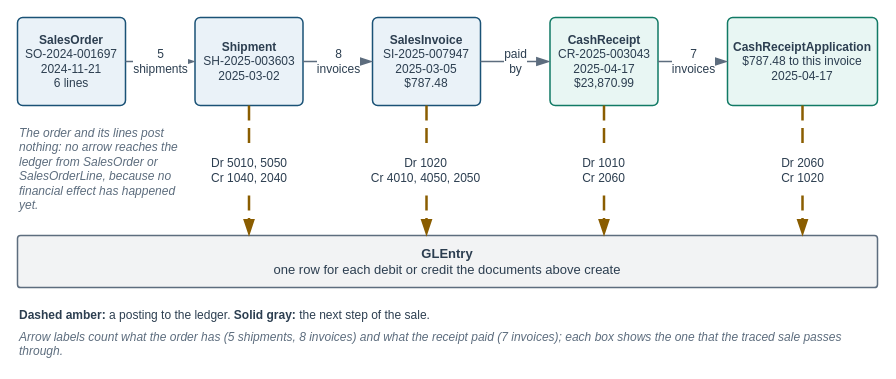
Before: facts/instructor/figures/chapter-01-role-of-analytics/IF-01-2-A.drawio in mmcodesso/Accounting_Analytics_Book, a draw.io diagram. Source tidied: cells renumbered, new cells numbered last; positions are measured from the earlier drawing's top-left corner, leaving out a move shared by most shapes. Both pictures are drawn from the tidied source at 100%, with x=0, y=0 at pixel (17, 17).
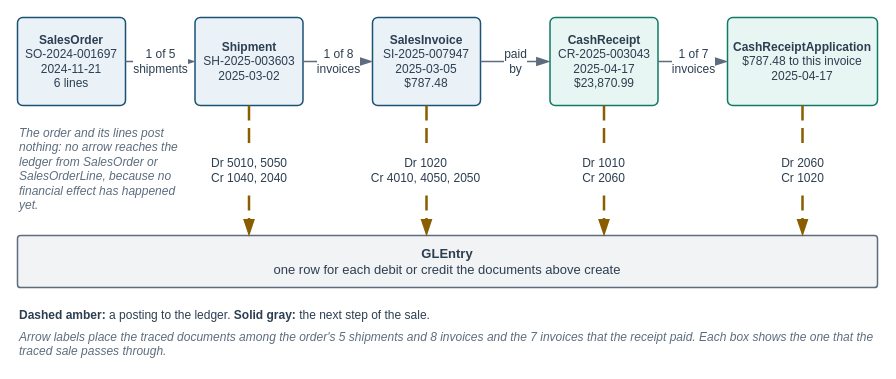
Above is the later version.

The change refers to these unchanged cells:
```xml
<mxCell id="3" value="&lt;b&gt;SalesOrder&lt;/b&gt;&lt;br&gt;SO-2024-001697&lt;br&gt;2024-11-21&lt;br&gt;6 lines" style="rounded=1;arcSize=6;whiteSpace=wrap;html=1;fillColor=#EAF2F8;strokeColor=#1A5276;strokeWidth=1.5;fontColor=#2C3E50;fontSize=12;fontStyle=0;align=center;verticalAlign=middle;fontFamily=Helvetica;spacingLeft=6;spacingRight=6;" parent="1" vertex="1">
  <mxGeometry width="108" height="88" as="geometry" />
</mxCell>
<mxCell id="4" value="&lt;b&gt;Shipment&lt;/b&gt;&lt;br&gt;SH-2025-003603&lt;br&gt;2025-03-02" style="rounded=1;arcSize=6;whiteSpace=wrap;html=1;fillColor=#EAF2F8;strokeColor=#1A5276;strokeWidth=1.5;fontColor=#2C3E50;fontSize=12;fontStyle=0;align=center;verticalAlign=middle;fontFamily=Helvetica;spacingLeft=6;spacingRight=6;" parent="1" vertex="1">
  <mxGeometry x="177.5" width="108" height="88" as="geometry" />
</mxCell>
<mxCell id="5" value="&lt;b&gt;SalesInvoice&lt;/b&gt;&lt;br&gt;SI-2025-007947&lt;br&gt;2025-03-05&lt;br&gt;$787.48" style="rounded=1;arcSize=6;whiteSpace=wrap;html=1;fillColor=#EAF2F8;strokeColor=#1A5276;strokeWidth=1.5;fontColor=#2C3E50;fontSize=12;fontStyle=0;align=center;verticalAlign=middle;fontFamily=Helvetica;spacingLeft=6;spacingRight=6;" parent="1" vertex="1">
  <mxGeometry x="355" width="108" height="88" as="geometry" />
</mxCell>
<mxCell id="6" value="&lt;b&gt;CashReceipt&lt;/b&gt;&lt;br&gt;CR-2025-003043&lt;br&gt;2025-04-17&lt;br&gt;$23,870.99" style="rounded=1;arcSize=6;whiteSpace=wrap;html=1;fillColor=#E8F6F3;strokeColor=#117A65;strokeWidth=1.5;fontColor=#2C3E50;fontSize=12;fontStyle=0;align=center;verticalAlign=middle;fontFamily=Helvetica;spacingLeft=6;spacingRight=6;" parent="1" vertex="1">
  <mxGeometry x="532.5" width="108" height="88" as="geometry" />
</mxCell>
<mxCell id="7" value="&lt;b&gt;CashReceiptApplication&lt;/b&gt;&lt;br&gt;$787.48 to this invoice&lt;br&gt;2025-04-17" style="rounded=1;arcSize=6;whiteSpace=wrap;html=1;fillColor=#E8F6F3;strokeColor=#117A65;strokeWidth=1.5;fontColor=#2C3E50;fontSize=12;fontStyle=0;align=center;verticalAlign=middle;fontFamily=Helvetica;spacingLeft=6;spacingRight=6;" parent="1" vertex="1">
  <mxGeometry x="710" width="150" height="88" as="geometry" />
</mxCell>
```

The edit, as a diff of the source:
```diff
@@
-    <mxCell id="8" value="5&lt;br&gt;shipments" style="edgeStyle=orthogonalEdgeStyle;rounded=1;html=1;startArrow=none;endArrow=blockThin;startFill=0;endFill=1;startSize=10;endSize=10;strokeColor=#5D6D7E;strokeWidth=1.5;fontSize=12;fontColor=#2C3E50;fontFamily=Helvetica;labelBackgroundColor=#FFFFFF;exitX=1;exitY=0.5;exitDx=0;exitDy=0;entryX=0;entryY=0.5;entryDx=0;entryDy=0;" parent="1" edge="1" source="3" target="4">
+    <mxCell id="8" value="1 of 5&lt;br&gt;shipments" style="edgeStyle=orthogonalEdgeStyle;rounded=1;html=1;startArrow=none;endArrow=blockThin;startFill=0;endFill=1;startSize=10;endSize=10;strokeColor=#5D6D7E;strokeWidth=1.5;fontSize=12;fontColor=#2C3E50;fontFamily=Helvetica;labelBackgroundColor=#FFFFFF;exitX=1;exitY=0.5;exitDx=0;exitDy=0;entryX=0;entryY=0.5;entryDx=0;entryDy=0;" parent="1" edge="1" source="3" target="4">
       <mxGeometry relative="1" as="geometry" />
     </mxCell>
-    <mxCell id="9" value="8&lt;br&gt;invoices" style="edgeStyle=orthogonalEdgeStyle;rounded=1;html=1;startArrow=none;endArrow=blockThin;startFill=0;endFill=1;startSize=10;endSize=10;strokeColor=#5D6D7E;strokeWidth=1.5;fontSize=12;fontColor=#2C3E50;fontFamily=Helvetica;labelBackgroundColor=#FFFFFF;exitX=1;exitY=0.5;exitDx=0;exitDy=0;entryX=0;entryY=0.5;entryDx=0;entryDy=0;" parent="1" edge="1" source="4" target="5">
+    <mxCell id="9" value="1 of 8&lt;br&gt;invoices" style="edgeStyle=orthogonalEdgeStyle;rounded=1;html=1;startArrow=none;endArrow=blockThin;startFill=0;endFill=1;startSize=10;endSize=10;strokeColor=#5D6D7E;strokeWidth=1.5;fontSize=12;fontColor=#2C3E50;fontFamily=Helvetica;labelBackgroundColor=#FFFFFF;exitX=1;exitY=0.5;exitDx=0;exitDy=0;entryX=0;entryY=0.5;entryDx=0;entryDy=0;" parent="1" edge="1" source="4" target="5">
       <mxGeometry relative="1" as="geometry" />
     </mxCell>
@@
-    <mxCell id="11" value="7&lt;br&gt;invoices" style="edgeStyle=orthogonalEdgeStyle;rounded=1;html=1;startArrow=none;endArrow=blockThin;startFill=0;endFill=1;startSize=10;endSize=10;strokeColor=#5D6D7E;strokeWidth=1.5;fontSize=12;fontColor=#2C3E50;fontFamily=Helvetica;labelBackgroundColor=#FFFFFF;exitX=1;exitY=0.5;exitDx=0;exitDy=0;entryX=0;entryY=0.5;entryDx=0;entryDy=0;" parent="1" edge="1" source="6" target="7">
+    <mxCell id="11" value="1 of 7&lt;br&gt;invoices" style="edgeStyle=orthogonalEdgeStyle;rounded=1;html=1;startArrow=none;endArrow=blockThin;startFill=0;endFill=1;startSize=10;endSize=10;strokeColor=#5D6D7E;strokeWidth=1.5;fontSize=12;fontColor=#2C3E50;fontFamily=Helvetica;labelBackgroundColor=#FFFFFF;exitX=1;exitY=0.5;exitDx=0;exitDy=0;entryX=0;entryY=0.5;entryDx=0;entryDy=0;" parent="1" edge="1" source="6" target="7">
       <mxGeometry relative="1" as="geometry" />
     </mxCell>
@@
-    <mxCell id="23" value="&lt;i&gt;Arrow labels count what the order has (5 shipments, 8 invoices) and what the receipt paid (7 invoices); each box shows the one that the traced sale passes through.&lt;/i&gt;" style="text;html=1;whiteSpace=wrap;align=left;verticalAlign=top;fontSize=12;fontColor=#5D6D7E;fontStyle=0;fontFamily=Helvetica;spacing=2;fillColor=none;strokeColor=none;" parent="1" vertex="1">
+    <mxCell id="23" value="&lt;i&gt;Arrow labels place the traced documents among the order's 5 shipments and 8 invoices and the 7 invoices that the receipt paid. Each box shows the one that the traced sale passes through.&lt;/i&gt;" style="text;html=1;whiteSpace=wrap;align=left;verticalAlign=top;fontSize=12;fontColor=#5D6D7E;fontStyle=0;fontFamily=Helvetica;spacing=2;fillColor=none;strokeColor=none;" parent="1" vertex="1">
       <mxGeometry y="306" width="860" height="36" as="geometry" />
     </mxCell>
```
